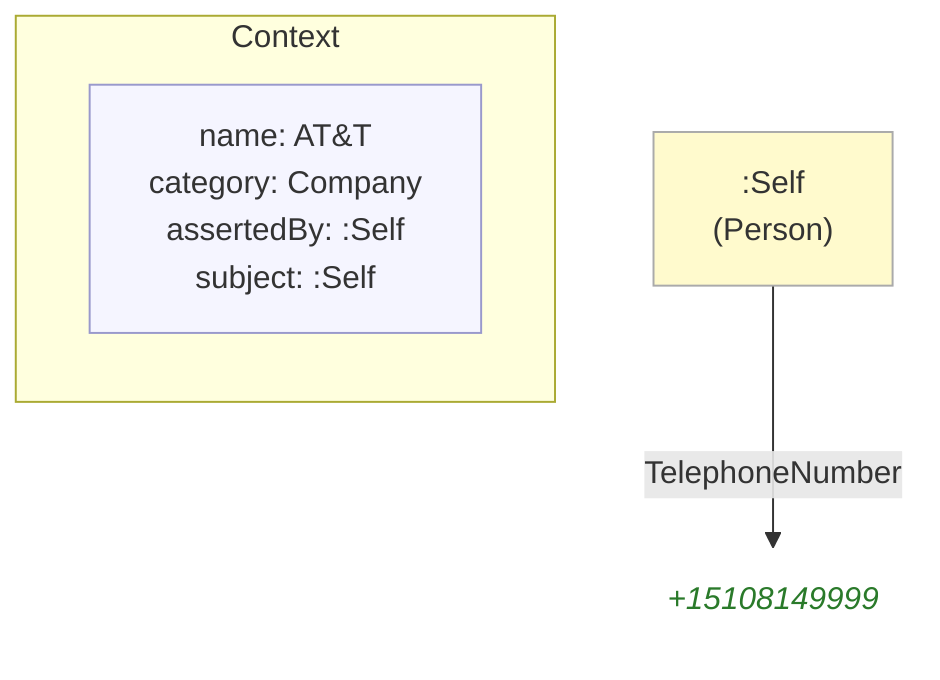
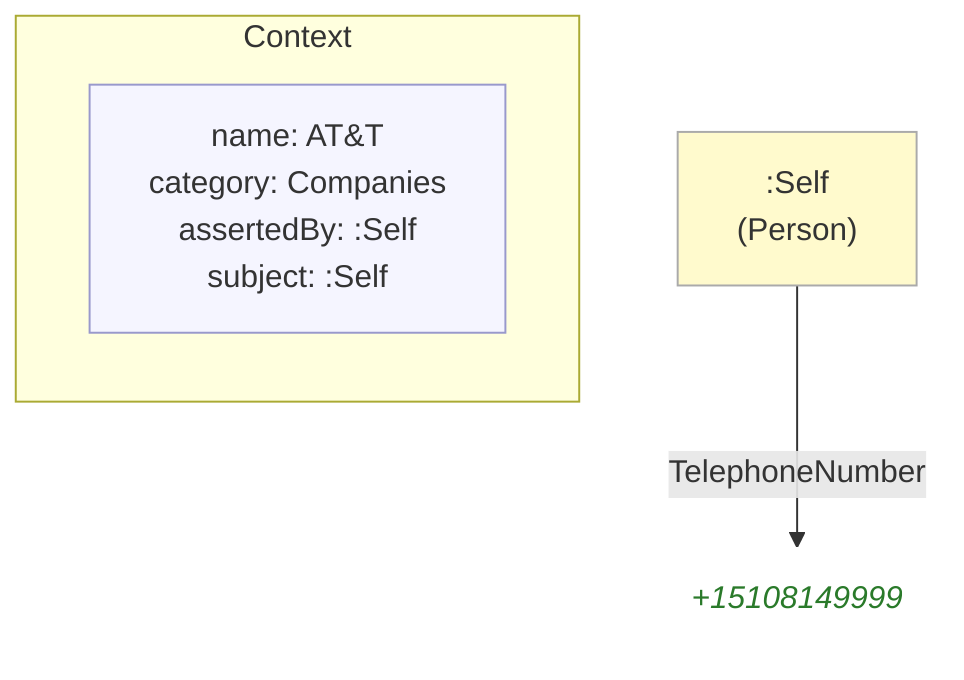
- %% ContextCategory: context:Company
+ %% ContextCategory: context:Companies
flowchart TD
    classDef person fill:#fffacd,stroke:#aaa,color:#333
    classDef grp    fill:#d4edda,stroke:#aaa,color:#333
    classDef org    fill:#cce5ff,stroke:#aaa,color:#333
    classDef lit    fill:none,stroke:none,font-style:italic,color:#2a7a2a
    classDef meta   fill:#f5f5ff,stroke:#9999cc,color:#333

    subgraph ctx["Context"]
        direction LR
-         ctx_meta["name: AT&T\ncategory: Company\nassertedBy: :Self\nsubject: :Self"]:::meta
+         ctx_meta["name: AT&T\ncategory: Companies\nassertedBy: :Self\nsubject: :Self"]:::meta
    end

    ne0c3ba92f1db[":Self\n(Person)"]:::person
-     nb4a17a6bae1a("+15108149999"):::lit
+     na2a6c1da735c("+15108149999"):::lit

-     ne0c3ba92f1db -->|"TelephoneNumber"| nb4a17a6bae1a
+     ne0c3ba92f1db -->|"TelephoneNumber"| na2a6c1da735c
